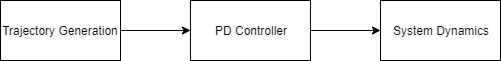
This is images/systemblockdiagram.png from choyai/jumping-robot, a draw.io export, as it was before one commit. Source tidied: cells renumbered, new cells last; positions are measured from the earlier drawing's top-left corner, leaving out a move shared by most shapes.
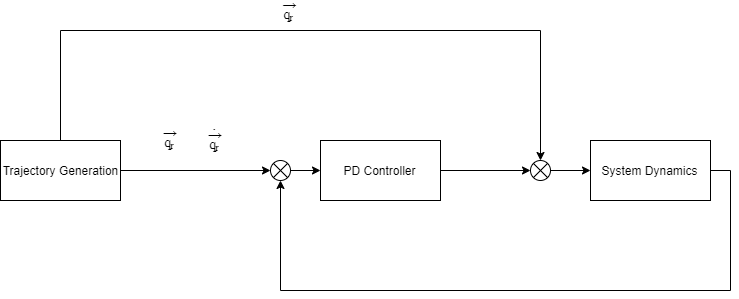
After the commit.

Change to the diagram source:
```diff
@@ -1,21 +1,59 @@
-<mxGraphModel>
+<mxGraphModel math="1">
   <root>
     <mxCell id="0" />
     <mxCell id="1" parent="0" />
     <mxCell id="2" value="System Dynamics" style="rounded=0;whiteSpace=wrap;html=1;" parent="1" vertex="1">
       <mxGeometry x="380" width="120" height="60" as="geometry" />
     </mxCell>
-    <mxCell id="3" style="edgeStyle=orthogonalEdgeStyle;rounded=0;jettySize=auto;html=1;" parent="1" edge="1" source="4" target="6">
-      <mxGeometry relative="1" as="geometry" />
-    </mxCell>
+    <mxCell id="7" style="edgeStyle=orthogonalEdgeStyle;rounded=0;jettySize=auto;html=1;entryX=0;entryY=0.5;entryDx=0;entryDy=0;" parent="1" edge="1" source="4" target="14">
+      <mxGeometry relative="1" as="geometry" />
+    </mxCell>
+    <mxCell id="8" style="edgeStyle=orthogonalEdgeStyle;rounded=0;jettySize=auto;html=1;entryX=0.5;entryY=0;entryDx=0;entryDy=0;" parent="1" edge="1" source="4" target="16">
+      <mxGeometry relative="1" as="geometry">
+        <Array as="points">
+          <mxPoint x="-150" y="-110" />
+          <mxPoint x="330" y="-110" />
+        </Array>
+      </mxGeometry>
+    </mxCell>
     <mxCell id="4" value="Trajectory Generation" style="rounded=0;whiteSpace=wrap;html=1;" parent="1" vertex="1">
-      <mxGeometry width="120" height="60" as="geometry" />
+      <mxGeometry x="-210" width="120" height="60" as="geometry" />
     </mxCell>
-    <mxCell id="5" style="edgeStyle=orthogonalEdgeStyle;rounded=0;jettySize=auto;html=1;" parent="1" edge="1" source="6" target="2">
+    <mxCell id="5" style="edgeStyle=orthogonalEdgeStyle;rounded=0;jettySize=auto;html=1;entryX=0;entryY=0.5;entryDx=0;entryDy=0;" parent="1" edge="1" source="6" target="16">
       <mxGeometry relative="1" as="geometry" />
     </mxCell>
     <mxCell id="6" value="PD Controller" style="rounded=0;whiteSpace=wrap;html=1;" parent="1" vertex="1">
-      <mxGeometry x="190" width="120" height="60" as="geometry" />
+      <mxGeometry x="110" width="120" height="60" as="geometry" />
     </mxCell>
+    <mxCell id="9" value="$$\ddot{\vec{q_{r}}}$$" style="text;html=1;strokeColor=none;fillColor=none;align=center;verticalAlign=middle;whiteSpace=wrap;rounded=0;" parent="1" vertex="1">
+      <mxGeometry x="60" y="-140" width="40" height="20" as="geometry" />
+    </mxCell>
+    <mxCell id="10" value="$$\dot{\vec{q_{r}}}$$" style="text;html=1;align=center;verticalAlign=middle;" parent="1" vertex="1">
+      <mxGeometry x="-60" y="-10" width="130" height="20" as="geometry" />
+    </mxCell>
+    <mxCell id="11" value="$$\vec{q_{r}}$$" style="text;html=1;align=center;verticalAlign=middle;" parent="1" vertex="1">
+      <mxGeometry x="-90" y="-10" width="100" height="20" as="geometry" />
+    </mxCell>
+    <mxCell id="12" style="edgeStyle=orthogonalEdgeStyle;rounded=0;jettySize=auto;html=1;" parent="1" edge="1" source="14" target="6">
+      <mxGeometry relative="1" as="geometry" />
+    </mxCell>
+    <mxCell id="13" style="edgeStyle=orthogonalEdgeStyle;rounded=0;jettySize=auto;html=1;exitX=1;exitY=0.5;exitDx=0;exitDy=0;" parent="1" edge="1" source="2" target="14">
+      <mxGeometry relative="1" as="geometry">
+        <Array as="points">
+          <mxPoint x="520" y="30" />
+          <mxPoint x="520" y="150" />
+          <mxPoint x="70" y="150" />
+        </Array>
+      </mxGeometry>
+    </mxCell>
+    <mxCell id="14" style="shape=sumEllipse;perimeter=ellipsePerimeter;whiteSpace=wrap;html=1;backgroundOutline=1;" parent="1" vertex="1">
+      <mxGeometry x="60" y="20" width="20" height="20" as="geometry" />
+    </mxCell>
+    <mxCell id="15" style="edgeStyle=orthogonalEdgeStyle;rounded=0;jettySize=auto;html=1;" parent="1" edge="1" source="16" target="2">
+      <mxGeometry relative="1" as="geometry" />
+    </mxCell>
+    <mxCell id="16" style="shape=sumEllipse;perimeter=ellipsePerimeter;whiteSpace=wrap;html=1;backgroundOutline=1;" parent="1" vertex="1">
+      <mxGeometry x="320" y="20" width="20" height="20" as="geometry" />
+    </mxCell>
   </root>
 </mxGraphModel>
```
